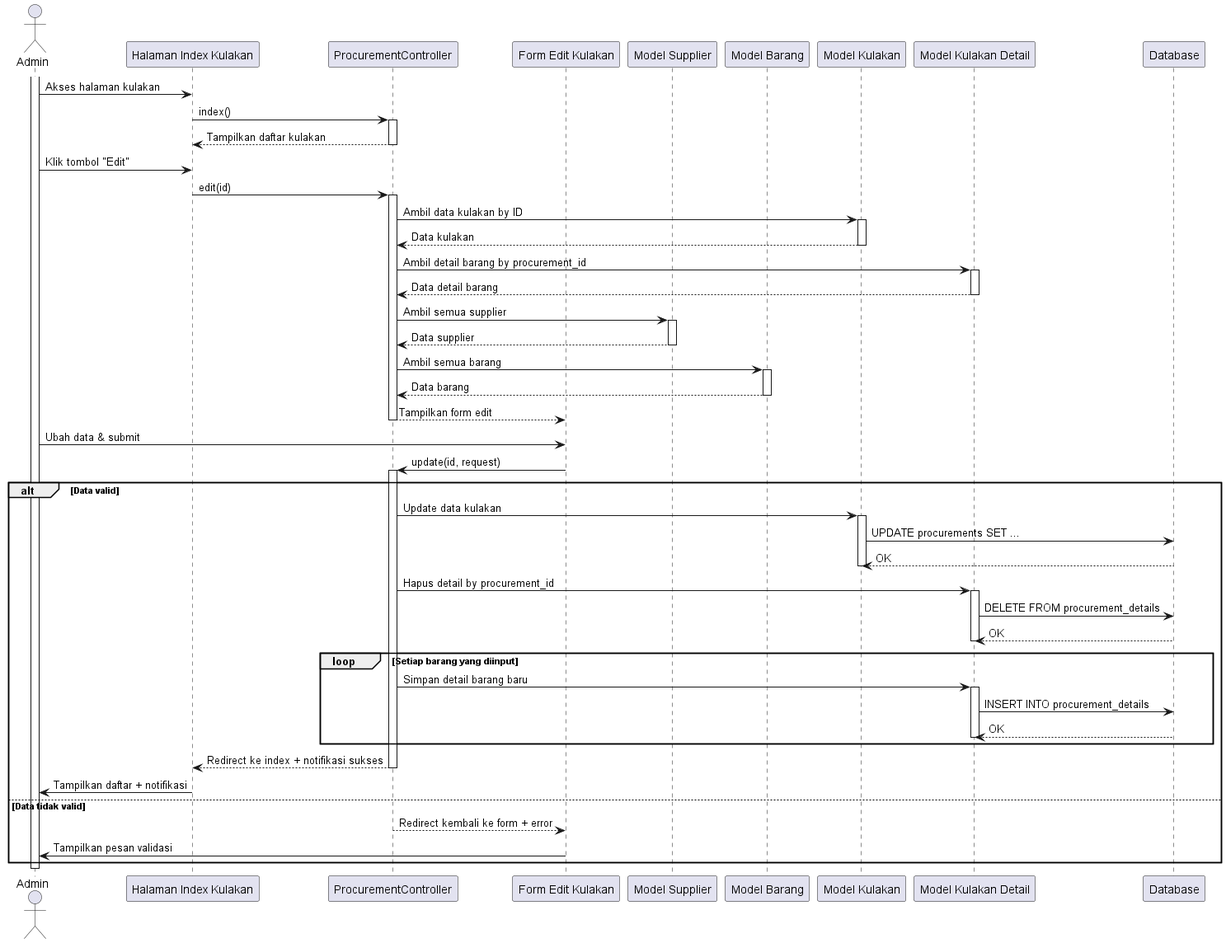
The PlantUML diagram out/sequence diagram/kulakan/mengedit_kulakan/mengedit_kulakan.png in tengahcang/UML_TA, before a commit. Its diagram source:
```plantuml
@startuml
actor Admin

participant "Halaman Index Kulakan" as KulakanIndex
participant "ProcurementController" as Controller
participant "Form Edit Kulakan" as EditForm
participant "Model Supplier" as SupplierModel
participant "Model Barang" as ProductModel
participant "Model Kulakan" as ProcurementModel
participant "Model Kulakan Detail" as ProcurementDetailsModel
participant "Database" as DB

activate Admin
Admin -> KulakanIndex: Akses halaman kulakan
KulakanIndex -> Controller: index()
activate Controller
Controller --> KulakanIndex: Tampilkan daftar kulakan
deactivate Controller

Admin -> KulakanIndex: Klik tombol "Edit"
KulakanIndex -> Controller: edit(id)
activate Controller

Controller -> ProcurementModel: Ambil data kulakan by ID
activate ProcurementModel
ProcurementModel --> Controller: Data kulakan
deactivate ProcurementModel

Controller -> ProcurementDetailsModel: Ambil detail barang by procurement_id
activate ProcurementDetailsModel
ProcurementDetailsModel --> Controller: Data detail barang
deactivate ProcurementDetailsModel

Controller -> SupplierModel: Ambil semua supplier
activate SupplierModel
SupplierModel --> Controller: Data supplier
deactivate SupplierModel

Controller -> ProductModel: Ambil semua barang
activate ProductModel
ProductModel --> Controller: Data barang
deactivate ProductModel

Controller --> EditForm: Tampilkan form edit
deactivate Controller

Admin -> EditForm: Ubah data & submit
EditForm -> Controller: update(id, request)
activate Controller

alt Data valid
    Controller -> ProcurementModel: Update data kulakan
    activate ProcurementModel
    ProcurementModel -> DB: UPDATE procurements SET ...
    DB --> ProcurementModel: OK
    deactivate ProcurementModel

    Controller -> ProcurementDetailsModel: Hapus detail by procurement_id
    activate ProcurementDetailsModel
    ProcurementDetailsModel -> DB: DELETE FROM procurement_details
    DB --> ProcurementDetailsModel: OK
    deactivate ProcurementDetailsModel

    loop Setiap barang yang diinput
        Controller -> ProcurementDetailsModel: Simpan detail barang baru
        activate ProcurementDetailsModel
        ProcurementDetailsModel -> DB: INSERT INTO procurement_details
        DB --> ProcurementDetailsModel: OK
        deactivate ProcurementDetailsModel
    end

    Controller --> KulakanIndex: Redirect ke index + notifikasi sukses
    deactivate Controller
    KulakanIndex -> Admin: Tampilkan daftar + notifikasi
else Data tidak valid
    Controller --> EditForm: Redirect kembali ke form + error
    deactivate Controller
    EditForm -> Admin: Tampilkan pesan validasi
end
deactivate Admin

@enduml
```
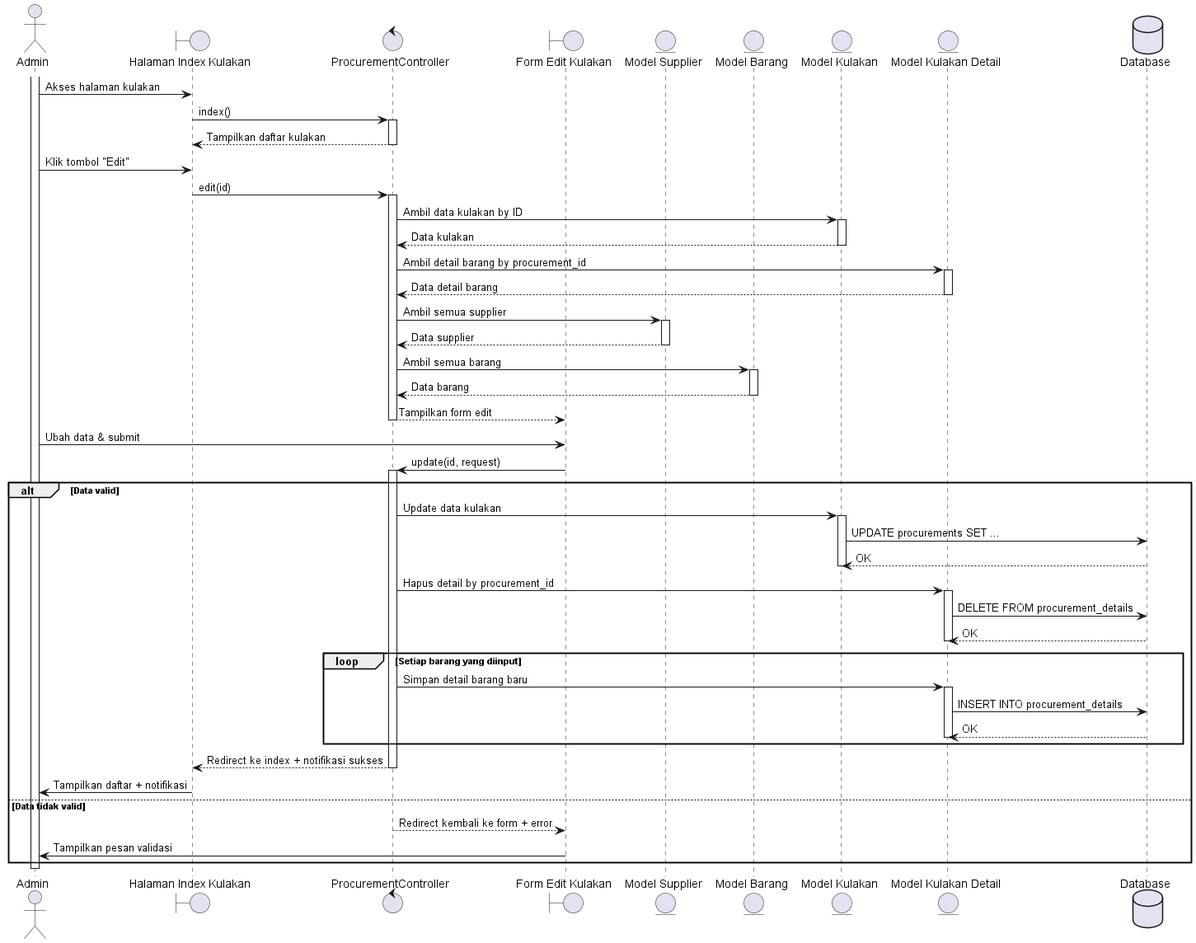
Later version of the same file.

Change to the diagram source:
```diff
@@ -1,14 +1,14 @@
 @startuml
 actor Admin
 
-participant "Halaman Index Kulakan" as KulakanIndex
-participant "ProcurementController" as Controller
-participant "Form Edit Kulakan" as EditForm
-participant "Model Supplier" as SupplierModel
-participant "Model Barang" as ProductModel
-participant "Model Kulakan" as ProcurementModel
-participant "Model Kulakan Detail" as ProcurementDetailsModel
-participant "Database" as DB
+boundary "Halaman Index Kulakan" as KulakanIndex
+control "ProcurementController" as Controller
+boundary "Form Edit Kulakan" as EditForm
+entity "Model Supplier" as SupplierModel
+entity "Model Barang" as ProductModel
+entity "Model Kulakan" as ProcurementModel
+entity "Model Kulakan Detail" as ProcurementDetailsModel
+database "Database" as DB
 
 activate Admin
 Admin -> KulakanIndex: Akses halaman kulakan
```
